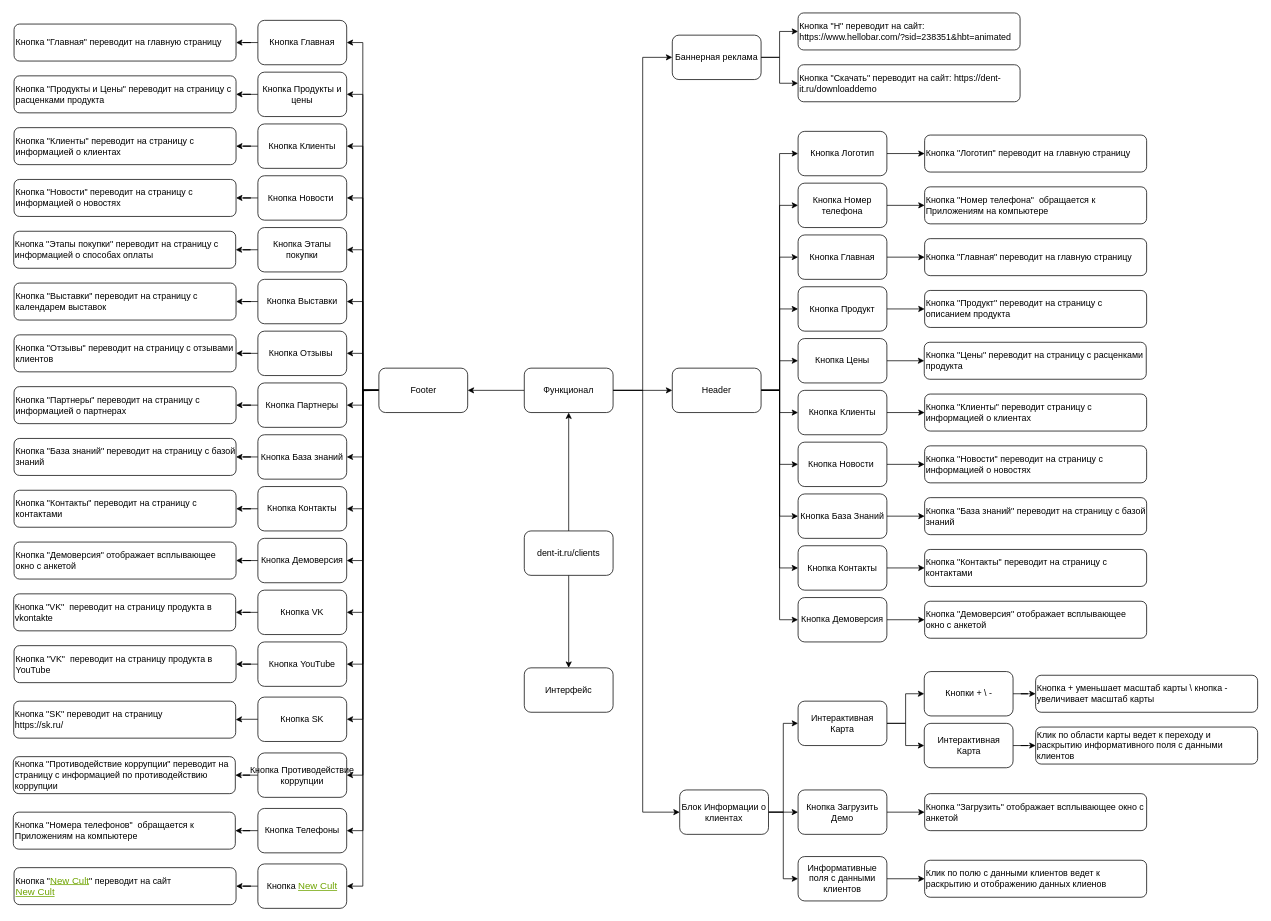
The draw.io diagram STOMODOMO.drawio in ru1svasin/ru1svasin, before the edit. Source tidied: cells renumbered, new cells numbered last; positions are measured from the earlier drawing's top-left corner, leaving out a move shared by most shapes. Both pictures are drawn from the tidied source at 74%, with x=0, y=0 at pixel (13, 13).
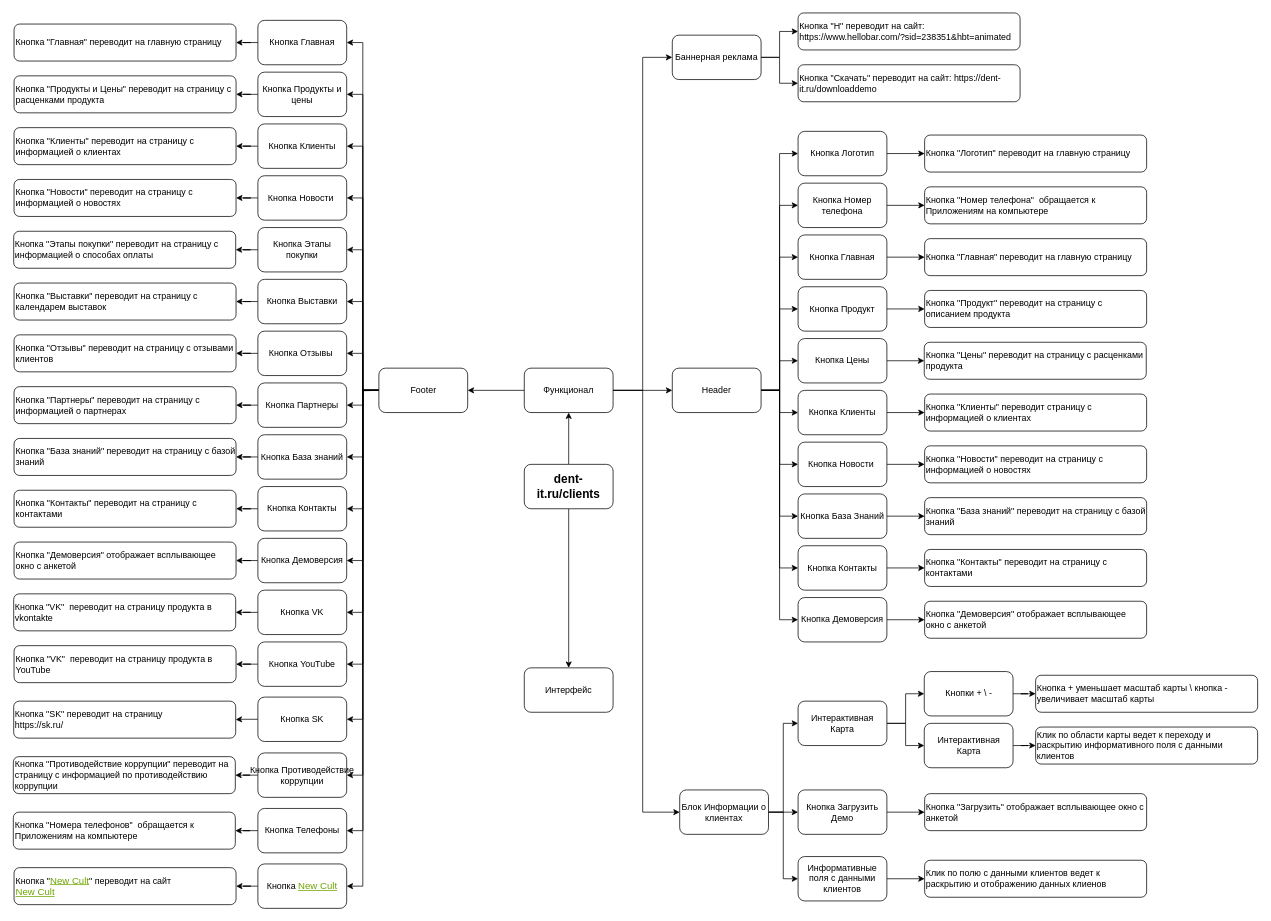
Above is the later version.

Diff of the diagram source:
```diff
@@
-    <mxCell id="4" value="dent-it.ru/clients" style="rounded=1;whiteSpace=wrap;html=1;" parent="1" vertex="1">
-      <mxGeometry x="690" y="700" width="120" height="60" as="geometry" />
+    <mxCell id="4" value="dent-it.ru/clients" style="rounded=1;whiteSpace=wrap;html=1;fontStyle=1;fontSize=16;" parent="1" vertex="1">
+      <mxGeometry x="690" y="610" width="120" height="60" as="geometry" />
     </mxCell>
```
